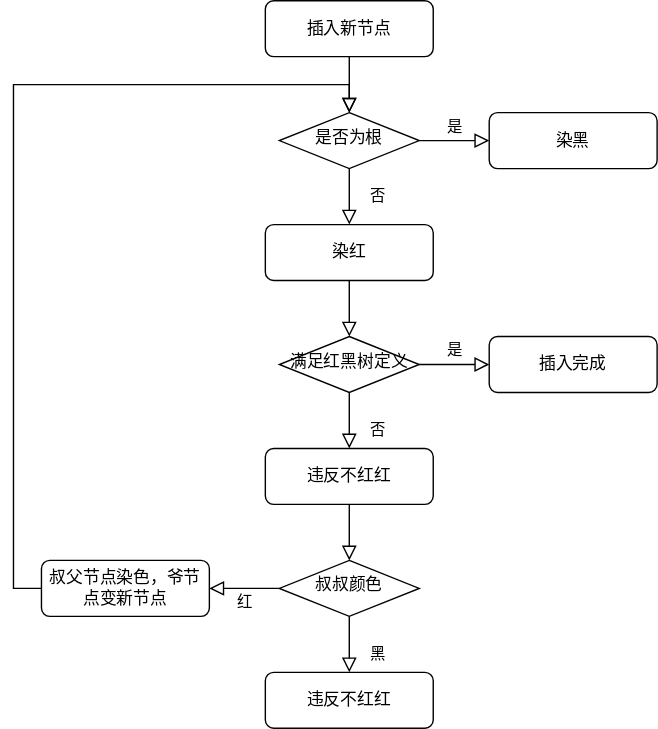
This is 未命名绘图.drawio.svg from azper8/iodraw-files, a draw.io export, as it was before one commit. Source tidied: cells renumbered, new cells last; positions are measured from the earlier drawing's top-left corner, leaving out a move shared by most shapes.
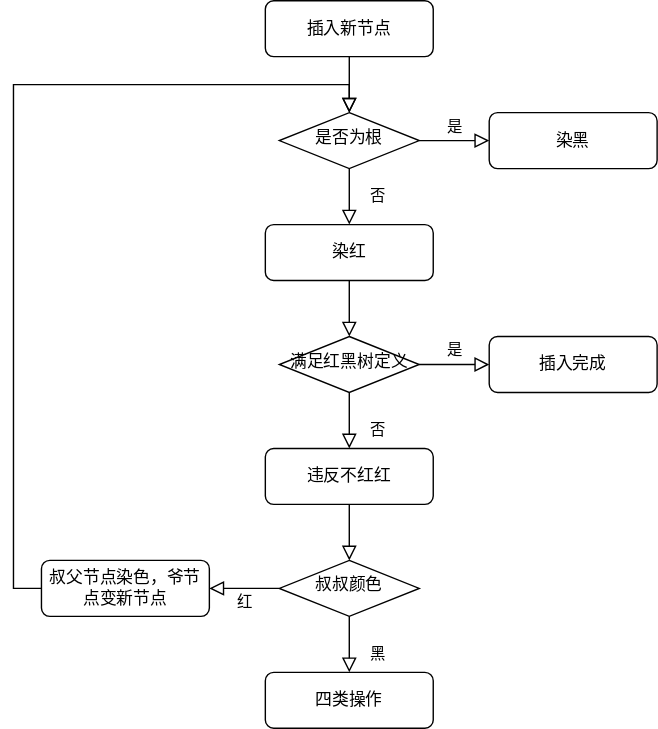
The same file after the commit.

Commit message:
更新未命名绘图.drawio.svg

Change to the diagram source:
```diff
@@ -50,7 +50,7 @@
     <mxCell id="17" value="叔叔颜色" style="rhombus;whiteSpace=wrap;html=1;shadow=0;fontFamily=Helvetica;fontSize=12;align=center;strokeWidth=1;spacing=6;spacingTop=-4;" parent="1" vertex="1">
       <mxGeometry x="170" y="400" width="100" height="40" as="geometry" />
     </mxCell>
-    <mxCell id="18" value="违反不红红" style="rounded=1;whiteSpace=wrap;html=1;fontSize=12;glass=0;strokeWidth=1;shadow=0;" parent="1" vertex="1">
+    <mxCell id="18" value="四类操作" style="rounded=1;whiteSpace=wrap;html=1;fontSize=12;glass=0;strokeWidth=1;shadow=0;" parent="1" vertex="1">
       <mxGeometry x="160" y="480" width="120" height="40" as="geometry" />
     </mxCell>
     <mxCell id="19" value="叔父节点染色，爷节点变新节点" style="rounded=1;whiteSpace=wrap;html=1;fontSize=12;glass=0;strokeWidth=1;shadow=0;" parent="1" vertex="1">
```
